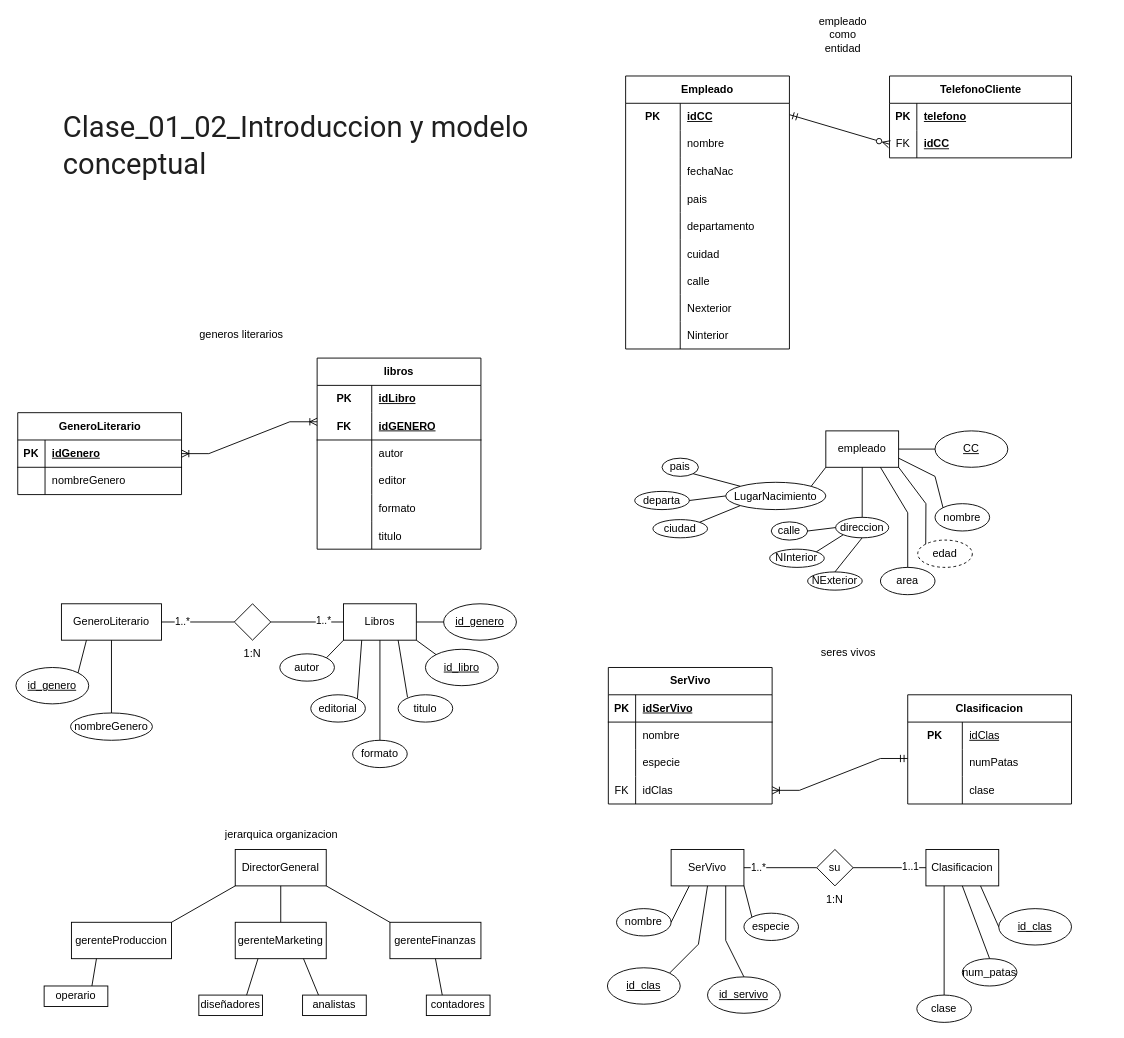
This is page "Clase_01_02" (1 of 6) of Programacion-Software/data-base/trabajos/Diagrama sin título.drawio from JDFrontEnd/programacion-software-sena, a draw.io file, before an edit. Source tidied: cells renumbered, new cells numbered last; positions are measured from the earlier drawing's top-left corner, leaving out a move shared by most shapes. Both pictures are drawn from the tidied source at 91%, with x=0, y=0 at pixel (15, 21).
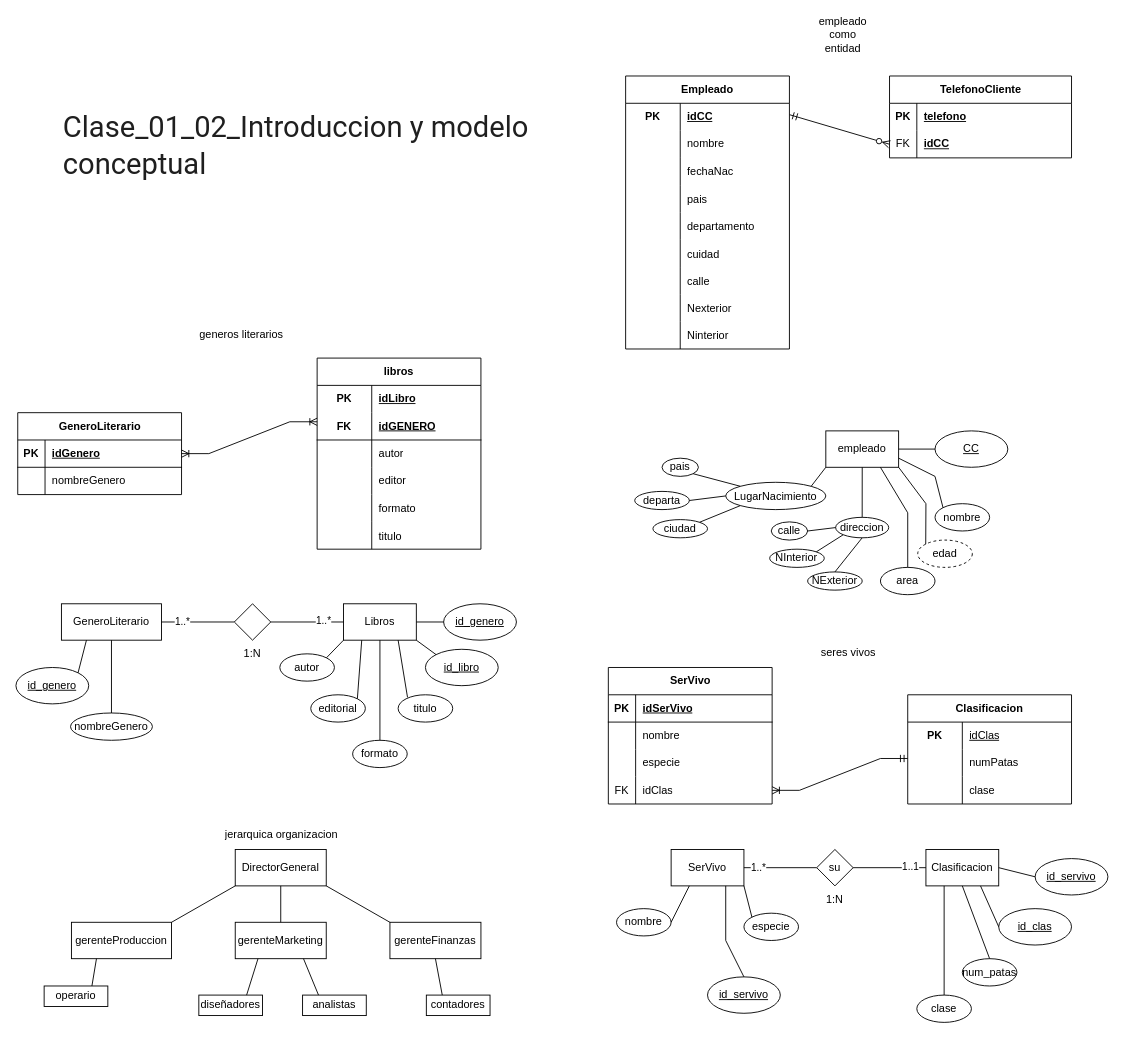
After the change.

Unchanged cells that the change refers to:
```xml
<mxCell id="69" value="SerVivo" style="whiteSpace=wrap;html=1;align=center;" parent="1" vertex="1">
  <mxGeometry x="720" y="910" width="80" height="40" as="geometry" />
</mxCell>
<mxCell id="70" value="Clasificacion" style="whiteSpace=wrap;html=1;align=center;" parent="1" vertex="1">
  <mxGeometry x="1000" y="910" width="80" height="40" as="geometry" />
</mxCell>
```

What changed in the source:
```diff
@@
-    <mxCell id="80" value="id_clas" style="ellipse;whiteSpace=wrap;html=1;align=center;fontStyle=20;fontFamily=Helvetica;fontSize=12;fontColor=default;verticalAlign=middle;" parent="1" vertex="1">
-      <mxGeometry x="650" y="1040" width="80" height="40" as="geometry" />
-    </mxCell>
@@
-    <mxCell id="88" style="endArrow=none;html=1;rounded=0;defaultLabelBackgroundColor=page;entryX=0.5;entryY=1;entryDx=0;entryDy=0;exitX=1;exitY=0;exitDx=0;exitDy=0;" parent="1" edge="1" source="80" target="69">
-      <mxGeometry relative="1" as="geometry">
-        <Array as="points">
-          <mxPoint x="750" y="1014.1" />
-        </Array>
-      </mxGeometry>
-    </mxCell>
@@
+    <mxCell id="180" value="id_servivo" style="ellipse;whiteSpace=wrap;html=1;align=center;fontStyle=20;strokeColor=default;verticalAlign=middle;fontFamily=Helvetica;fontSize=12;fontColor=default;fillColor=default;" parent="1" vertex="1">
+      <mxGeometry x="1120" y="920" width="80" height="40" as="geometry" />
+    </mxCell>
+    <mxCell id="181" style="endArrow=none;html=1;rounded=0;defaultLabelBackgroundColor=page;entryX=1;entryY=0.5;entryDx=0;entryDy=0;exitX=0;exitY=0.5;exitDx=0;exitDy=0;" parent="1" edge="1" source="180" target="70">
+      <mxGeometry relative="1" as="geometry" />
+    </mxCell>
```
